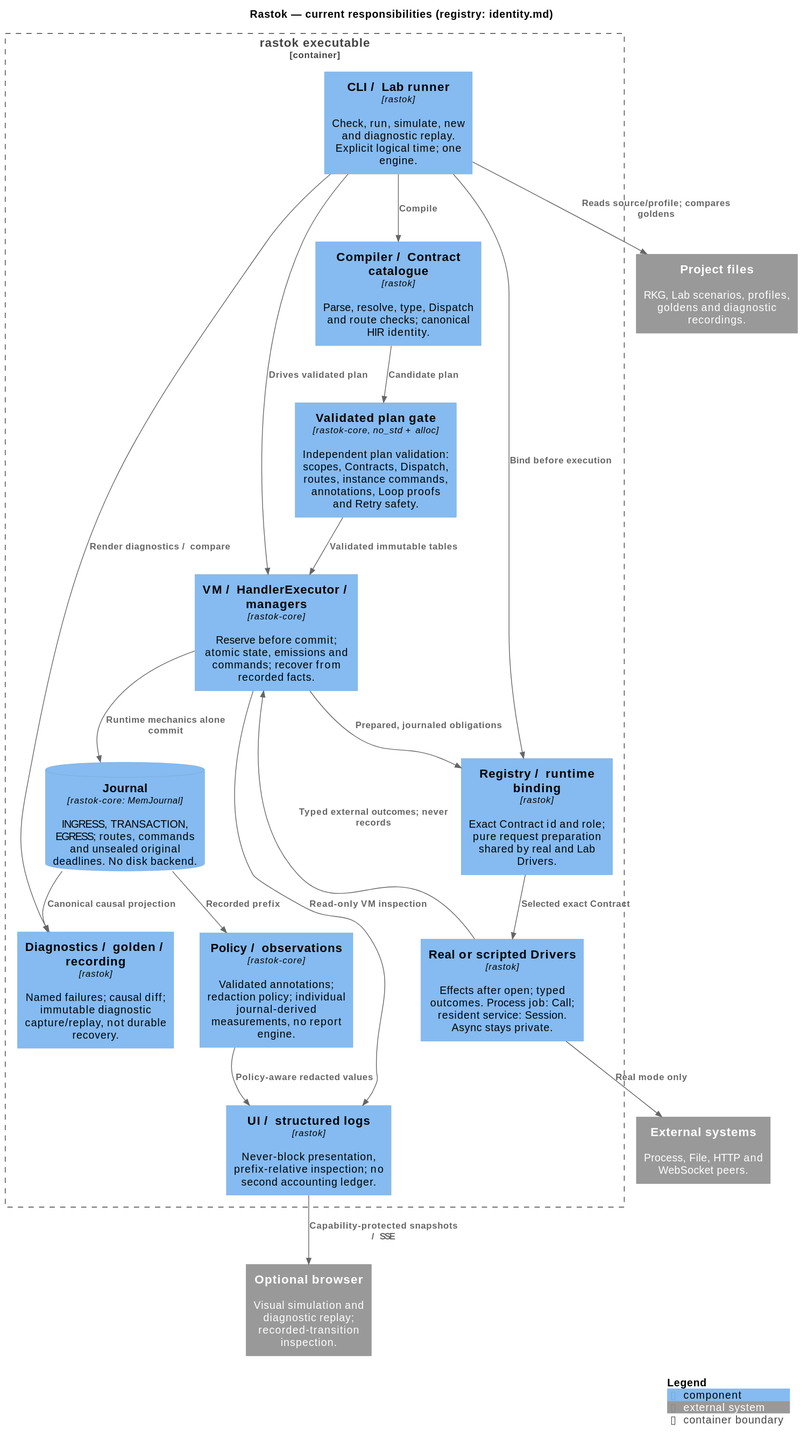
Above: docs/architecture/03-rastok-components.svg in rastok-io/rastok (PlantUML), before the change.
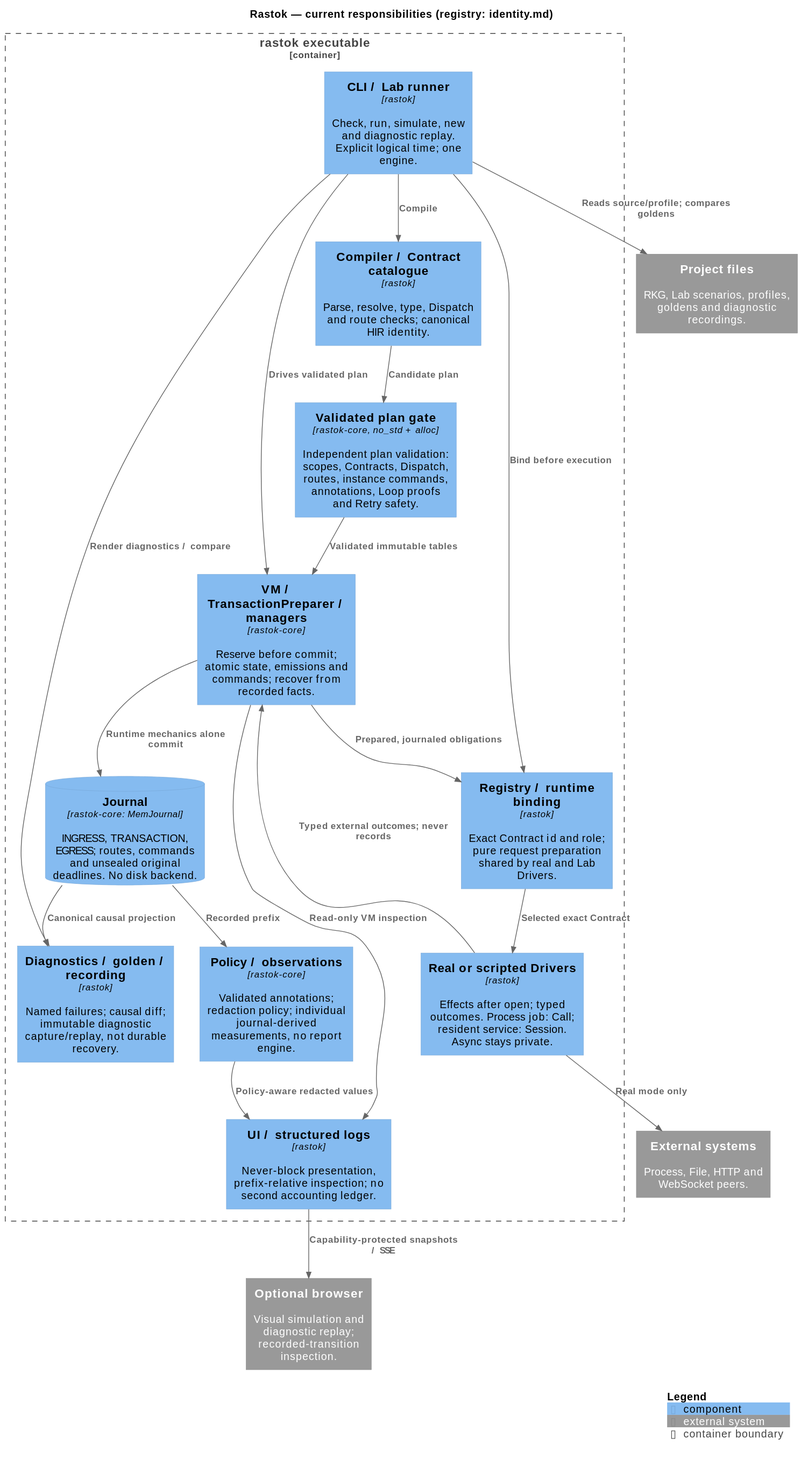
Above is the later version.

Diff of the diagram source:
```diff
@@ -12,7 +12,7 @@
   Component(entry, "CLI / Lab runner", "rastok", "Check, run, simulate, new and diagnostic replay. Explicit logical time; one engine.")
   Component(compiler, "Compiler / Contract catalogue", "rastok", "Parse, resolve, type, Dispatch and route checks; canonical HIR identity.")
   Component(plan, "Validated plan gate", "rastok-core, no_std + alloc", "Independent plan validation: scopes, Contracts, Dispatch, routes, instance commands, annotations, Loop proofs and Retry safety.")
-  Component(core, "VM / HandlerExecutor / managers", "rastok-core", "Reserve before commit; atomic state, emissions and commands; recover from recorded facts.")
+  Component(core, "VM / TransactionPreparer / managers", "rastok-core", "Reserve before commit; atomic state, emissions and commands; recover from recorded facts.")
   Component(binding, "Registry / runtime binding", "rastok", "Exact Contract id and role; pure request preparation shared by real and Lab Drivers.")
   Component(drivers, "Real or scripted Drivers", "rastok", "Effects after open; typed outcomes. Process job: Call; resident service: Session. Async stays private.")
   ComponentDb(journal, "Journal", "rastok-core: MemJournal", "INGRESS, TRANSACTION, EGRESS; routes, commands and unsealed original deadlines. No disk backend.")
```
